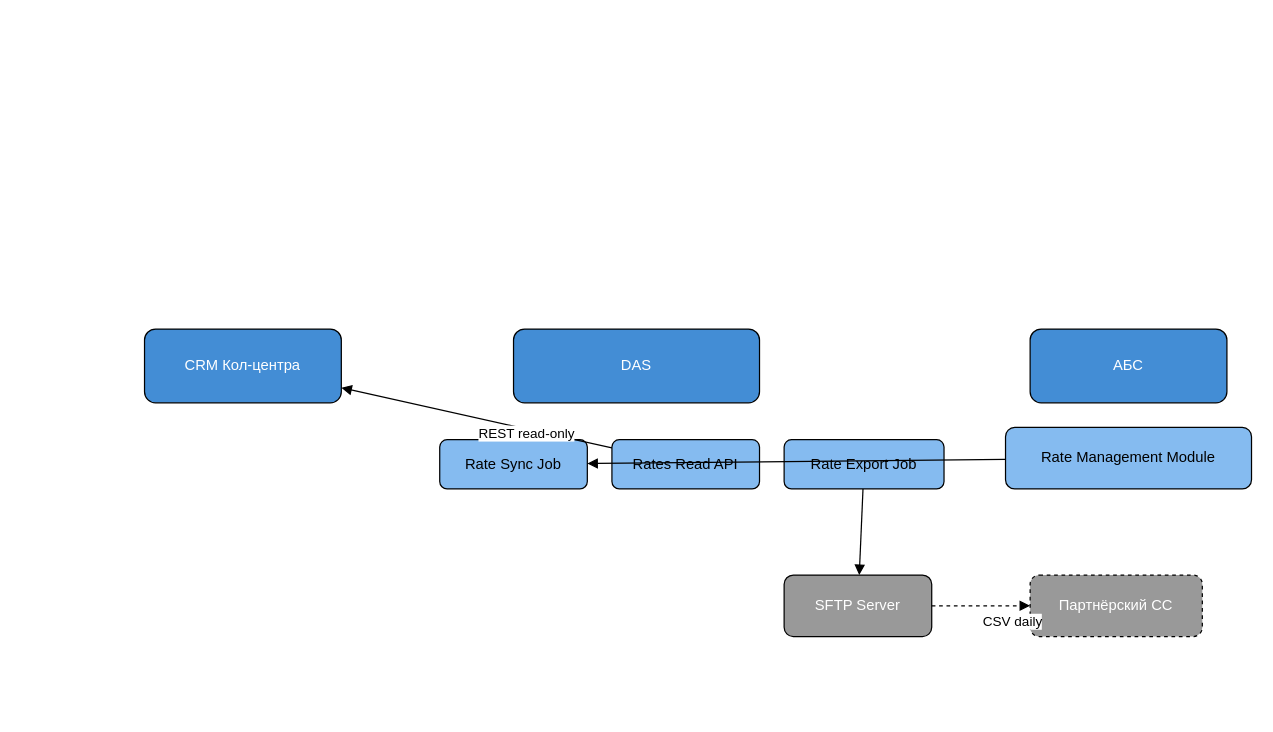
Above: Task4/c4_component_callcenter.drawio in Rainbow42/architecture-pro-standart (draw.io), before the change. Source tidied: cells renumbered, new cells numbered last; positions are measured from the earlier drawing's top-left corner, leaving out a move shared by most shapes. Both pictures are drawn from the tidied source at 123%, with x=0, y=0 at pixel (144, 328).
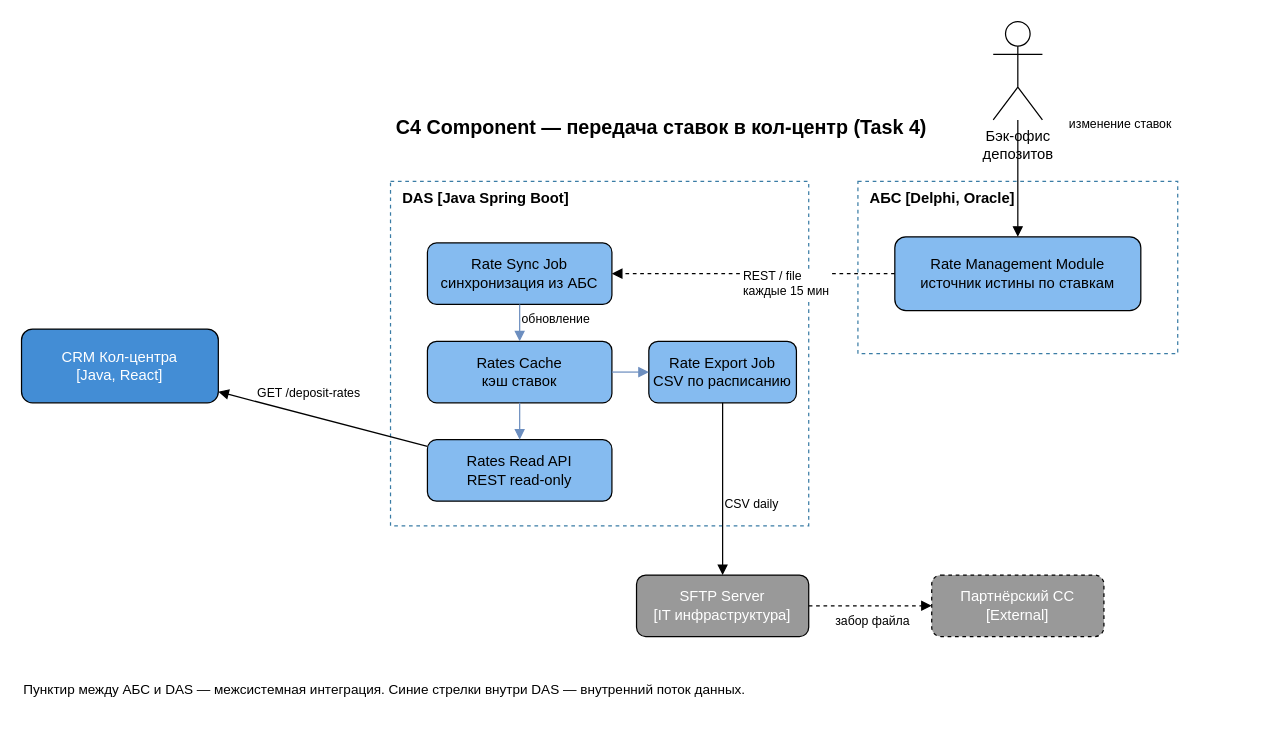
The same page after the edit.

What changed in the source:
```diff
@@
-    <mxCell id="2" value="АБС" style="rounded=1;whiteSpace=wrap;html=1;fillColor=#438DD5;fontColor=#fff;" parent="1" vertex="1">
-      <mxGeometry x="720" width="160" height="60" as="geometry" />
-    </mxCell>
+    <mxCell id="17" value="C4 Component — передача ставок в кол-центр (Task 4)" style="text;html=1;strokeColor=none;fillColor=none;align=center;fontSize=16;fontStyle=1;" parent="1" vertex="1">
+      <mxGeometry x="170" y="-180" width="500" height="30" as="geometry" />
+    </mxCell>
+    <mxCell id="18" value="АБС [Delphi, Oracle]" style="rounded=0;whiteSpace=wrap;html=1;fillColor=none;strokeColor=#3A7CA5;dashed=1;verticalAlign=top;align=left;spacingLeft=8;fontStyle=1;" parent="1" vertex="1">
+      <mxGeometry x="580" y="-120" width="260" height="140" as="geometry" />
+    </mxCell>
-    <mxCell id="3" value="Rate Management Module" style="rounded=1;whiteSpace=wrap;html=1;fillColor=#85BBF0;" parent="1" vertex="1">
-      <mxGeometry x="700" y="80" width="200" height="50" as="geometry" />
+    <mxCell id="3" value="Rate Management Module&#10;источник истины по ставкам" style="rounded=1;whiteSpace=wrap;html=1;fillColor=#85BBF0;fontColor=#000;" parent="1" vertex="1">
+      <mxGeometry x="610" y="-75" width="200" height="60" as="geometry" />
     </mxCell>
-    <mxCell id="4" value="DAS" style="rounded=1;whiteSpace=wrap;html=1;fillColor=#438DD5;fontColor=#fff;" parent="1" vertex="1">
-      <mxGeometry x="300" width="200" height="60" as="geometry" />
-    </mxCell>
+    <mxCell id="19" value="DAS [Java Spring Boot]" style="rounded=0;whiteSpace=wrap;html=1;fillColor=none;strokeColor=#3A7CA5;dashed=1;verticalAlign=top;align=left;spacingLeft=8;fontStyle=1;" parent="1" vertex="1">
+      <mxGeometry x="200" y="-120" width="340" height="280" as="geometry" />
+    </mxCell>
-    <mxCell id="5" value="Rate Sync Job" style="rounded=1;whiteSpace=wrap;html=1;fillColor=#85BBF0;" parent="1" vertex="1">
-      <mxGeometry x="240" y="90" width="120" height="40" as="geometry" />
+    <mxCell id="5" value="Rate Sync Job&#10;синхронизация из АБС" style="rounded=1;whiteSpace=wrap;html=1;fillColor=#85BBF0;fontColor=#000;" parent="1" vertex="1">
+      <mxGeometry x="230" y="-70" width="150" height="50" as="geometry" />
     </mxCell>
+    <mxCell id="20" value="Rates Cache&#10;кэш ставок" style="rounded=1;whiteSpace=wrap;html=1;fillColor=#85BBF0;fontColor=#000;" parent="1" vertex="1">
+      <mxGeometry x="230" y="10" width="150" height="50" as="geometry" />
+    </mxCell>
-    <mxCell id="6" value="Rates Read API" style="rounded=1;whiteSpace=wrap;html=1;fillColor=#85BBF0;" parent="1" vertex="1">
-      <mxGeometry x="380" y="90" width="120" height="40" as="geometry" />
+    <mxCell id="6" value="Rates Read API&#10;REST read-only" style="rounded=1;whiteSpace=wrap;html=1;fillColor=#85BBF0;fontColor=#000;" parent="1" vertex="1">
+      <mxGeometry x="230" y="90" width="150" height="50" as="geometry" />
     </mxCell>
-    <mxCell id="7" value="Rate Export Job" style="rounded=1;whiteSpace=wrap;html=1;fillColor=#85BBF0;" parent="1" vertex="1">
-      <mxGeometry x="520" y="90" width="130" height="40" as="geometry" />
+    <mxCell id="7" value="Rate Export Job&#10;CSV по расписанию" style="rounded=1;whiteSpace=wrap;html=1;fillColor=#85BBF0;fontColor=#000;" parent="1" vertex="1">
+      <mxGeometry x="410" y="10" width="120" height="50" as="geometry" />
     </mxCell>
-    <mxCell id="8" value="CRM Кол-центра" style="rounded=1;whiteSpace=wrap;html=1;fillColor=#438DD5;fontColor=#fff;" parent="1" vertex="1">
-      <mxGeometry width="160" height="60" as="geometry" />
+    <mxCell id="8" value="CRM Кол-центра&#10;[Java, React]" style="rounded=1;whiteSpace=wrap;html=1;fillColor=#438DD5;fontColor=#fff;" parent="1" vertex="1">
+      <mxGeometry x="-100" width="160" height="60" as="geometry" />
     </mxCell>
-    <mxCell id="9" value="SFTP Server" style="rounded=1;whiteSpace=wrap;html=1;fillColor=#999;fontColor=#fff;" parent="1" vertex="1">
-      <mxGeometry x="520" y="200" width="120" height="50" as="geometry" />
+    <mxCell id="9" value="SFTP Server&#10;[IT инфраструктура]" style="rounded=1;whiteSpace=wrap;html=1;fillColor=#999999;fontColor=#fff;" parent="1" vertex="1">
+      <mxGeometry x="400" y="200" width="140" height="50" as="geometry" />
     </mxCell>
-    <mxCell id="10" value="Партнёрский CC" style="rounded=1;whiteSpace=wrap;html=1;fillColor=#999;fontColor=#fff;dashed=1;" parent="1" vertex="1">
-      <mxGeometry x="720" y="200" width="140" height="50" as="geometry" />
+    <mxCell id="10" value="Партнёрский CC&#10;[External]" style="rounded=1;whiteSpace=wrap;html=1;fillColor=#999999;fontColor=#fff;dashed=1;" parent="1" vertex="1">
+      <mxGeometry x="640" y="200" width="140" height="50" as="geometry" />
     </mxCell>
+    <mxCell id="21" value="Бэк-офис&#10;депозитов" style="shape=umlActor;verticalLabelPosition=bottom;verticalAlign=top;html=1;" parent="1" vertex="1">
+      <mxGeometry x="690" y="-250" width="40" height="80" as="geometry" />
+    </mxCell>
+    <mxCell id="22" style="html=1;endArrow=block;" parent="1" edge="1" source="21" target="3">
+      <mxGeometry relative="1" as="geometry" />
+    </mxCell>
+    <mxCell id="23" value="изменение ставок" style="edgeLabel;html=1;fontSize=10;" parent="22" vertex="1">
+      <mxGeometry relative="1" as="geometry">
+        <mxPoint x="40" y="-57" as="offset" />
+      </mxGeometry>
+    </mxCell>
-    <mxCell id="11" style="html=1;endArrow=block;" parent="1" edge="1" source="3" target="5">
+    <mxCell id="11" style="html=1;endArrow=block;dashed=1;" parent="1" edge="1" source="3" target="5">
       <mxGeometry relative="1" as="geometry" />
     </mxCell>
+    <mxCell id="24" value="REST / file&#10;каждые 15 мин" style="edgeLabel;html=1;fontSize=10;" parent="11" vertex="1">
+      <mxGeometry relative="1" as="geometry">
+        <mxPoint x="-10" y="-10" as="offset" />
+      </mxGeometry>
+    </mxCell>
-    <mxCell id="12" style="html=1;endArrow=block;" parent="1" edge="1" source="6" target="8">
+    <mxCell id="12" style="html=1;endArrow=block;strokeColor=#6c8ebf;" parent="1" edge="1" source="5" target="20">
       <mxGeometry relative="1" as="geometry" />
     </mxCell>
-    <mxCell id="13" value="REST read-only" style="edgeLabel;html=1;" parent="12" vertex="1">
-      <mxGeometry relative="1" as="geometry" />
+    <mxCell id="13" value="обновление" style="edgeLabel;html=1;fontSize=10;" parent="12" vertex="1">
+      <mxGeometry relative="1" as="geometry">
+        <mxPoint y="-15" as="offset" />
+      </mxGeometry>
     </mxCell>
-    <mxCell id="14" style="html=1;endArrow=block;" parent="1" edge="1" source="7" target="9">
+    <mxCell id="14" style="html=1;endArrow=block;strokeColor=#6c8ebf;" parent="1" edge="1" source="20" target="6">
       <mxGeometry relative="1" as="geometry" />
     </mxCell>
-    <mxCell id="15" style="html=1;endArrow=block;dashed=1;" parent="1" edge="1" source="9" target="10">
+    <mxCell id="15" style="html=1;endArrow=block;strokeColor=#6c8ebf;" parent="1" edge="1" source="20" target="7">
       <mxGeometry relative="1" as="geometry" />
     </mxCell>
+    <mxCell id="25" style="html=1;endArrow=block;" parent="1" edge="1" source="6" target="8">
+      <mxGeometry relative="1" as="geometry" />
+    </mxCell>
+    <mxCell id="26" value="GET /deposit-rates" style="edgeLabel;html=1;fontSize=10;" parent="25" vertex="1">
+      <mxGeometry relative="1" as="geometry">
+        <mxPoint x="-55" y="-33" as="offset" />
+      </mxGeometry>
+    </mxCell>
+    <mxCell id="27" style="html=1;endArrow=block;" parent="1" edge="1" source="7" target="9">
+      <mxGeometry relative="1" as="geometry" />
+    </mxCell>
-    <mxCell id="16" value="CSV daily" style="edgeLabel;html=1;" parent="15" vertex="1">
+    <mxCell id="16" value="CSV daily" style="edgeLabel;html=1;fontSize=10;" parent="27" vertex="1">
       <mxGeometry relative="1" as="geometry" />
     </mxCell>
+    <mxCell id="28" style="html=1;endArrow=block;dashed=1;" parent="1" edge="1" source="9" target="10">
+      <mxGeometry relative="1" as="geometry" />
+    </mxCell>
+    <mxCell id="29" value="забор файла" style="edgeLabel;html=1;fontSize=10;" parent="28" vertex="1">
+      <mxGeometry relative="1" as="geometry">
+        <mxPoint x="-30" as="offset" />
+      </mxGeometry>
+    </mxCell>
+    <mxCell id="30" value="Пунктир между АБС и DAS — межсистемная интеграция. Синие стрелки внутри DAS — внутренний поток данных." style="text;html=1;strokeColor=none;fillColor=none;align=left;fontSize=11;" parent="1" vertex="1">
+      <mxGeometry x="-100" y="280" width="700" height="30" as="geometry" />
+    </mxCell>
```
